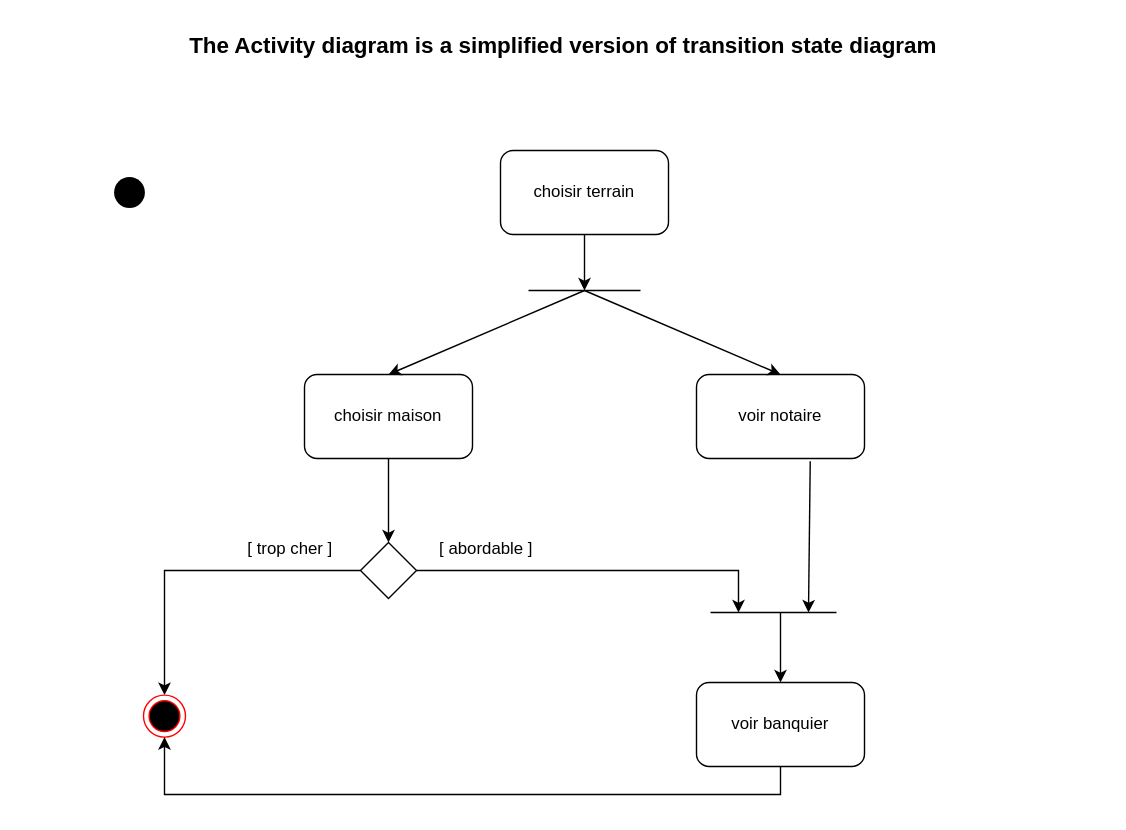
This is page "Activity" (7 of 7) of Diagram.drawio from yahyamallak/UML, a draw.io file, before an edit. Source tidied: cells renumbered, new cells numbered last; positions are measured from the earlier drawing's top-left corner, leaving out a move shared by most shapes. Both pictures are drawn from the tidied source at 140%, with x=0, y=0 at pixel (24, 24).
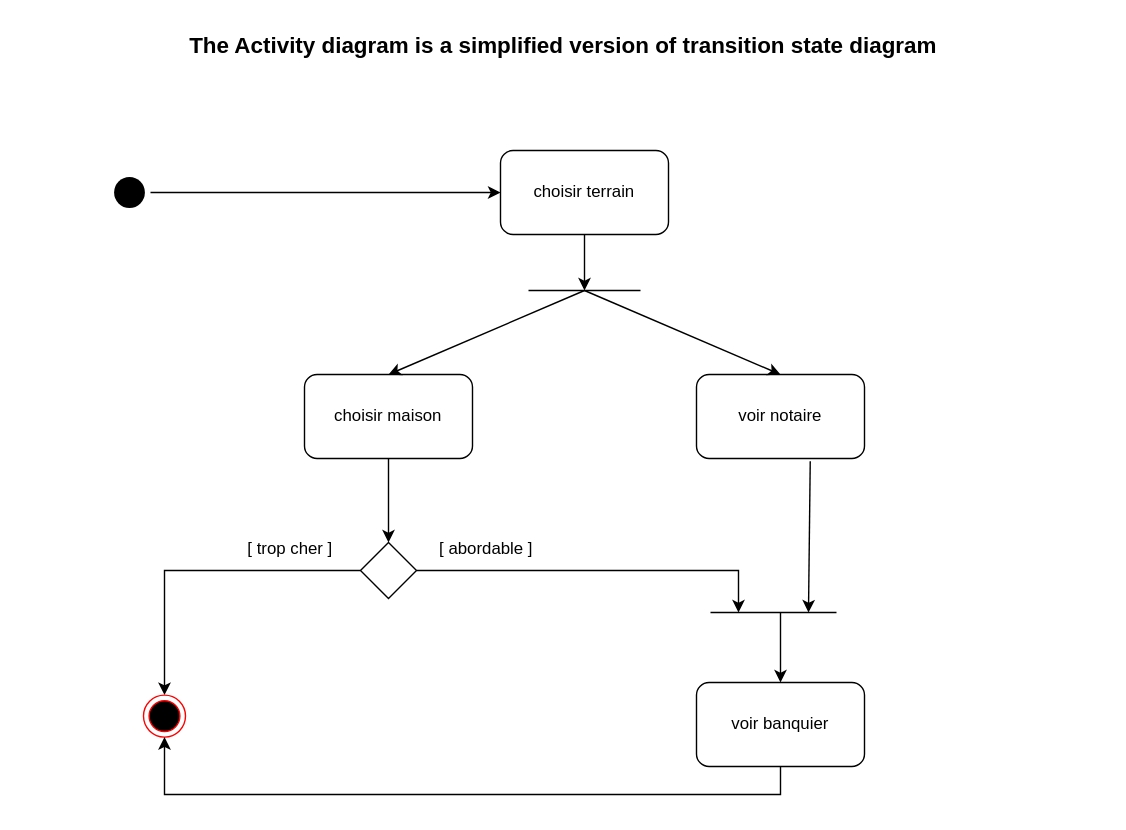
Above is the later version.

The change refers to these unchanged cells:
```xml
<mxCell id="3" style="rounded=1;whiteSpace=wrap;html=1;" parent="1" vertex="1">
  <mxGeometry x="340" y="90" width="120" height="60" as="geometry" />
</mxCell>
<mxCell id="24" style="ellipse;html=1;shape=endState;fillColor=#000000;strokeColor=none;fontSize=16;" parent="1" vertex="1">
  <mxGeometry x="60" y="105" width="30" height="30" as="geometry" />
</mxCell>
```

Diff of the diagram source:
```diff
@@
+    <mxCell id="27" style="endArrow=classic;html=1;rounded=0;fontSize=16;exitX=1;exitY=0.5;exitDx=0;exitDy=0;entryX=0;entryY=0.5;entryDx=0;entryDy=0;" parent="1" edge="1" source="24" target="3">
+      <mxGeometry relative="1" as="geometry" />
+    </mxCell>
```
